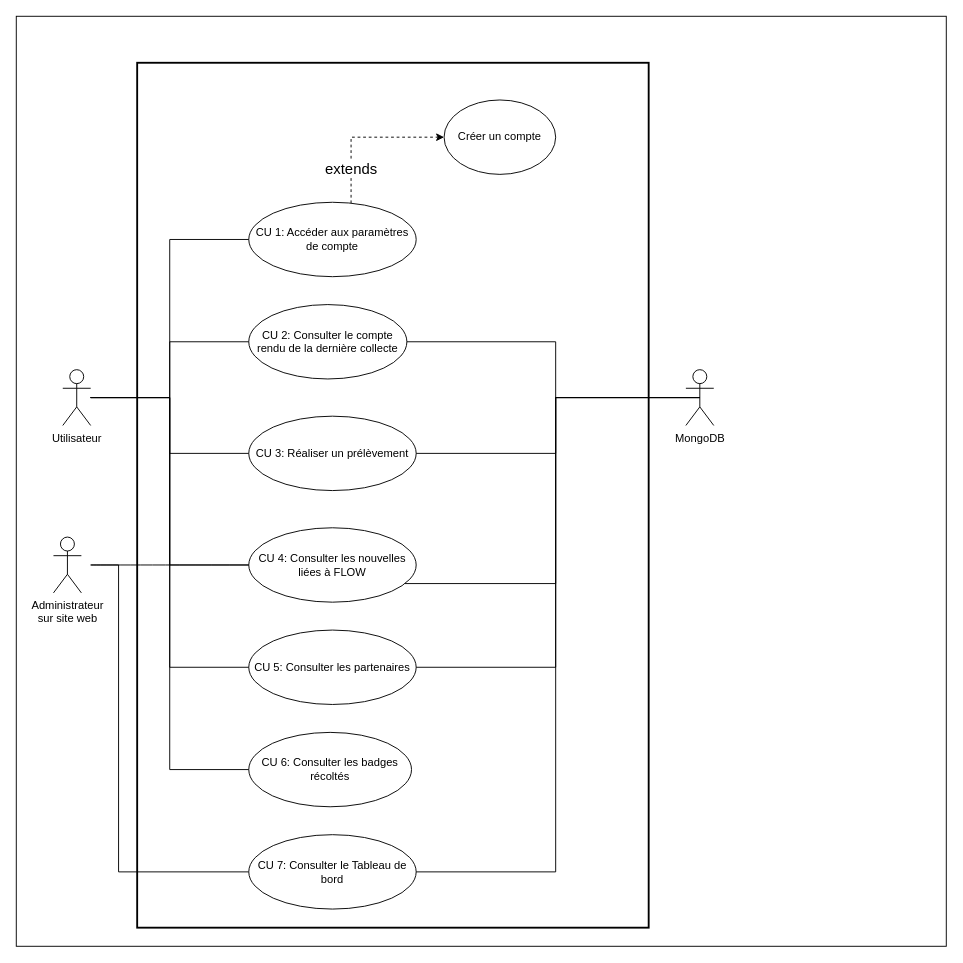
Earlier version of the draw.io diagram 3.1_Page_principal.drawio (MurielleMardenli200/projet4_architecture). Source tidied: cells renumbered, new cells numbered last; positions are measured from the earlier drawing's top-left corner, leaving out a move shared by most shapes. Both pictures are drawn from the tidied source at 93%, with x=0, y=0 at pixel (16, 16).
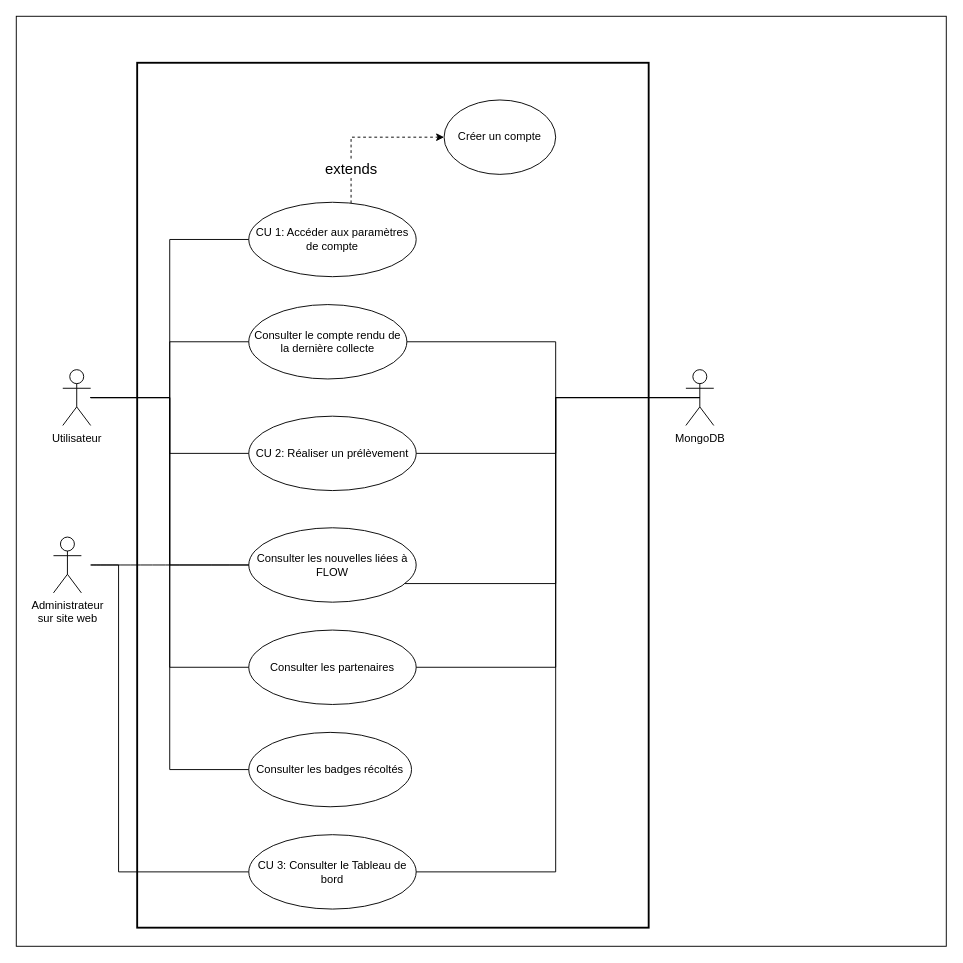
The same diagram, later.

The edit, as a diff of the source:
```diff
@@
-    <mxCell id="9" value="CU 2: Consulter le compte rendu de la dernière collecte" style="ellipse;whiteSpace=wrap;html=1;" parent="1" vertex="1">
+    <mxCell id="9" value="Consulter le compte rendu de la dernière collecte" style="ellipse;whiteSpace=wrap;html=1;" parent="1" vertex="1">
       <mxGeometry x="250" y="310" width="170" height="80" as="geometry" />
     </mxCell>
-    <mxCell id="10" value="CU 3: Réaliser un prélèvement" style="ellipse;whiteSpace=wrap;html=1;" parent="1" vertex="1">
+    <mxCell id="10" value="CU 2: Réaliser un prélèvement" style="ellipse;whiteSpace=wrap;html=1;" parent="1" vertex="1">
       <mxGeometry x="250" y="430" width="180" height="80" as="geometry" />
     </mxCell>
-    <mxCell id="11" value="CU 4: Consulter les nouvelles liées à FLOW" style="ellipse;whiteSpace=wrap;html=1;" parent="1" vertex="1">
+    <mxCell id="11" value="Consulter les nouvelles liées à FLOW" style="ellipse;whiteSpace=wrap;html=1;" parent="1" vertex="1">
       <mxGeometry x="250" y="550" width="180" height="80" as="geometry" />
     </mxCell>
@@
-    <mxCell id="20" value="CU 5: Consulter les partenaires" style="ellipse;whiteSpace=wrap;html=1;" parent="1" vertex="1">
+    <mxCell id="20" value="Consulter les partenaires" style="ellipse;whiteSpace=wrap;html=1;" parent="1" vertex="1">
       <mxGeometry x="250" y="660" width="180" height="80" as="geometry" />
     </mxCell>
@@
-    <mxCell id="25" value="CU 7: Consulter le Tableau de bord" style="ellipse;whiteSpace=wrap;html=1;" parent="1" vertex="1">
+    <mxCell id="25" value="CU 3: Consulter le Tableau de bord" style="ellipse;whiteSpace=wrap;html=1;" parent="1" vertex="1">
       <mxGeometry x="250" y="880" width="180" height="80" as="geometry" />
     </mxCell>
@@
-    <mxCell id="27" value="CU 6: Consulter les badges récoltés" style="ellipse;whiteSpace=wrap;html=1;" parent="1" vertex="1">
+    <mxCell id="27" value="Consulter les badges récoltés" style="ellipse;whiteSpace=wrap;html=1;" parent="1" vertex="1">
       <mxGeometry x="250" y="770" width="175" height="80" as="geometry" />
     </mxCell>
```
